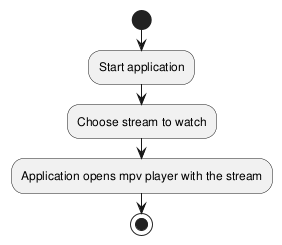
This is diagrams/activityDiagram.png from NuuttiSir/tuiwatchers, a PlantUML export, as it was before one commit.
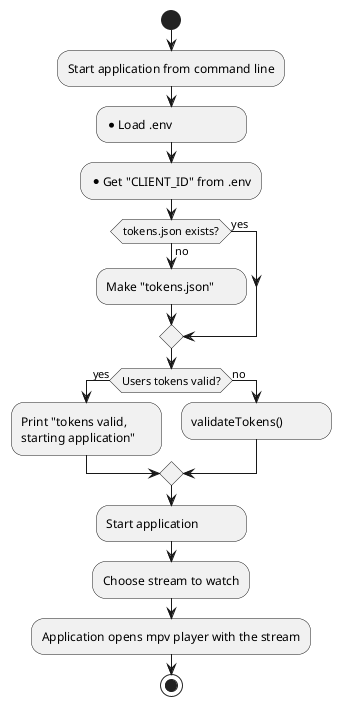
The same file after the commit.

Diff of the diagram source:
```diff
@@ -1,10 +1,28 @@
 @startuml
+<style>
+element {MinimumWidth 150}
+</style>
 
 start
 
-:Start application;
-:Choose stream to watch;
-:Application opens mpv player with the stream;
+*Start application from command line
+** Load .env
+** Get "CLIENT_ID" from .env
+
+if (tokens.json exists?) then (yes)
+else (no)
+    *Make "tokens.json"
+endif
+
+if (Users tokens valid?) then (yes)
+    *Print "tokens valid,\nstarting application"
+else (no)
+    *validateTokens()
+endif
+
+*Start application
+*Choose stream to watch
+*Application opens mpv player with the stream
 
 stop
 @enduml
```
